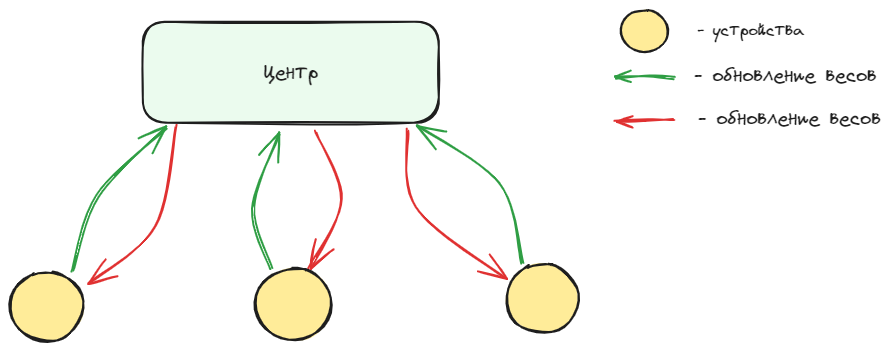
Above: diplom/assets/math/distributed/distributed.excalidraw.png in NMashalov/EducationGenerativeModelApplication (Excalidraw), before the change. Source tidied: one line per element, renumbered; positions are measured from the earlier drawing's top-left corner, leaving out a move shared by most shapes.
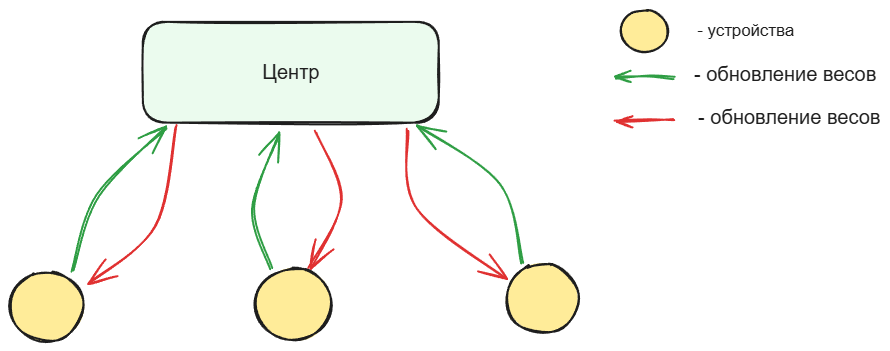
Above is the later version.

Change to the diagram source:
```diff
@@ -5,13 +5,13 @@
 {"id": 4, "type": "arrow", "strokeColor": "#2f9e44", "strokeWidth": 2, "roughness": 1, "endArrowhead": "arrow", "round": true, "from": 2, "to": 6, "x": 511, "y": 253, "width": 105, "height": 137, "points": [[0, 0], [-21, -79], [-105, -137]]}
 {"id": 5, "type": "arrow", "strokeColor": "#2f9e44", "strokeWidth": 2, "roughness": 1, "endArrowhead": "arrow", "round": true, "from": 1, "to": 6, "x": 260, "y": 259, "width": 26, "height": 135, "points": [[0, 0], [-17, -61], [8, -135]]}
 {"id": 6, "type": "rectangle", "strokeColor": "#1e1e1e", "backgroundColor": "#ebfbee", "fillStyle": "solid", "strokeWidth": 2, "roughness": 1, "round": true, "x": 133, "y": 12, "width": 296, "height": 101}
-{"id": 7, "type": "text", "text": "Центр", "strokeColor": "#1e1e1e", "strokeWidth": 2, "roughness": 1, "fontSize": 20, "fontFamily": 1, "textAlign": "center", "verticalAlign": "middle", "inside": 6, "x": 254, "y": 50, "width": 55, "height": 25}
+{"id": 7, "type": "text", "text": "Центр", "strokeColor": "#1e1e1e", "strokeWidth": 2, "roughness": 1, "fontSize": 20, "fontFamily": 2, "textAlign": "center", "verticalAlign": "middle", "inside": 6, "x": 252, "y": 51, "width": 57, "height": 23}
 {"id": 8, "type": "arrow", "strokeColor": "#2f9e44", "strokeWidth": 2, "roughness": 1, "endArrowhead": "arrow", "round": true, "x": 664, "y": 67, "width": 58, "height": 2, "points": [[0, 0], [-25, -1], [-58, 1]]}
-{"id": 9, "type": "text", "text": "- обновление весов", "strokeColor": "#1e1e1e", "strokeWidth": 2, "roughness": 1, "fontSize": 20, "fontFamily": 1, "x": 684, "y": 53, "width": 183, "height": 25}
+{"id": 9, "type": "text", "text": "- обновление весов", "strokeColor": "#1e1e1e", "strokeWidth": 2, "roughness": 1, "fontSize": 20, "fontFamily": 2, "x": 684, "y": 53, "width": 182, "height": 23}
 {"id": 10, "type": "arrow", "strokeColor": "#e03131", "strokeWidth": 2, "roughness": 1, "endArrowhead": "arrow", "round": true, "x": 664, "y": 110, "width": 58, "height": 2, "points": [[0, 0], [-25, -1], [-58, 1]]}
 {"id": 11, "type": "arrow", "strokeColor": "#e03131", "strokeWidth": 2, "roughness": 1, "endArrowhead": "arrow", "round": true, "from": 6, "to": 0, "x": 166, "y": 116, "width": 88, "height": 157, "points": [[0, 0], [-19, 101], [-88, 157]]}
 {"id": 12, "type": "arrow", "strokeColor": "#e03131", "strokeWidth": 2, "roughness": 1, "endArrowhead": "arrow", "round": true, "from": 6, "to": 1, "x": 306, "y": 122, "width": 33, "height": 137, "points": [[0, 0], [26, 68], [-7, 137]]}
 {"id": 13, "type": "arrow", "strokeColor": "#e03131", "strokeWidth": 2, "roughness": 1, "endArrowhead": "arrow", "round": true, "from": 6, "to": 2, "x": 398, "y": 119, "width": 98, "height": 149, "points": [[0, 0], [10, 78], [98, 149]]}
-{"id": 14, "type": "text", "text": "- устройства", "strokeColor": "#1e1e1e", "strokeWidth": 2, "roughness": 1, "fontSize": 16.78, "fontFamily": 1, "x": 687, "y": 11, "width": 107, "height": 21}
+{"id": 14, "type": "text", "text": "- устройства", "strokeColor": "#1e1e1e", "strokeWidth": 2, "roughness": 1, "fontSize": 16.78, "fontFamily": 2, "x": 687, "y": 11, "width": 97, "height": 19}
-{"id": 15, "type": "text", "text": "- обновление весов", "strokeColor": "#1e1e1e", "strokeWidth": 2, "roughness": 1, "fontSize": 20, "fontFamily": 1, "x": 688, "y": 96, "width": 183, "height": 25}
+{"id": 15, "type": "text", "text": "- обновление весов", "strokeColor": "#1e1e1e", "strokeWidth": 2, "roughness": 1, "fontSize": 20, "fontFamily": 2, "x": 688, "y": 96, "width": 182, "height": 23}
 {"id": 16, "type": "ellipse", "strokeColor": "#1e1e1e", "backgroundColor": "#ffec99", "fillStyle": "solid", "strokeWidth": 2, "roughness": 1, "round": true, "x": 611, "y": 0, "width": 47, "height": 42}
```
